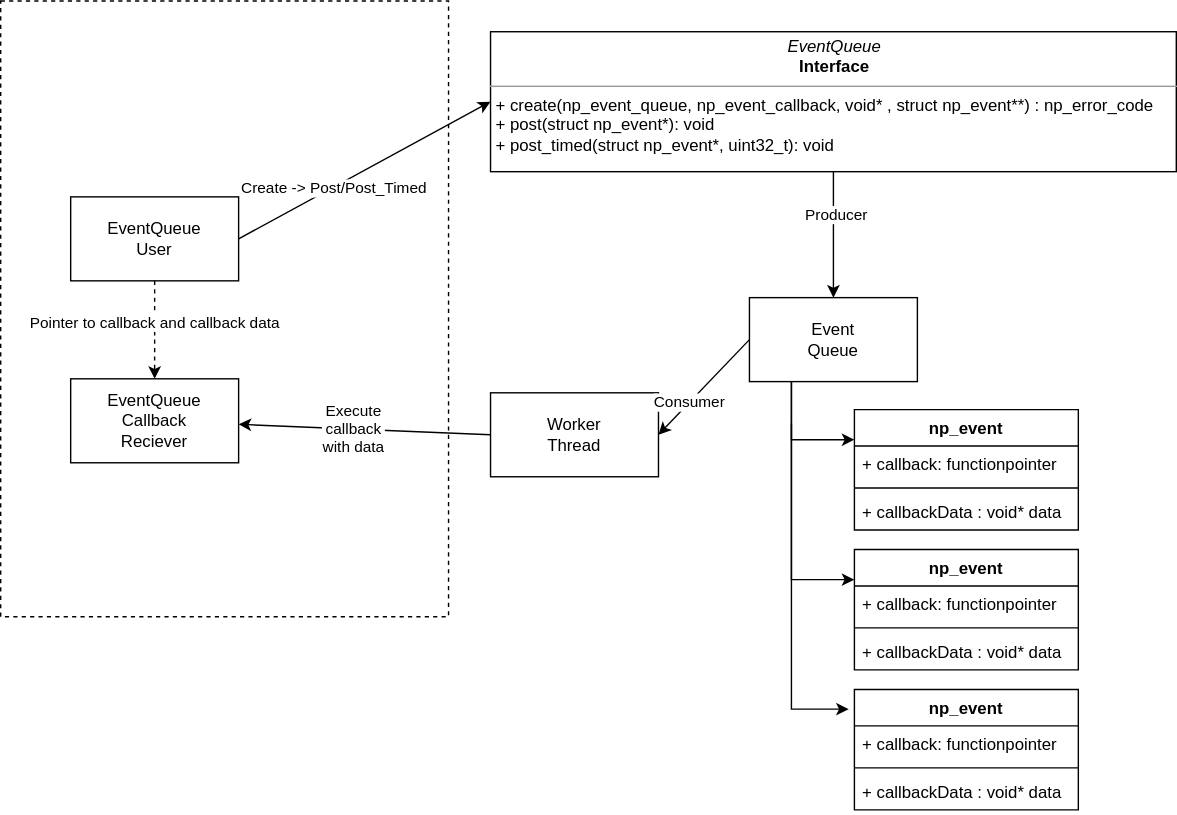
Earlier version of the draw.io export doc/images/event_queue.svg (nabto/nabto-embedded-sdk). Source tidied: cells renumbered, new cells last; positions are measured from the earlier drawing's top-left corner, leaving out a move shared by most shapes.
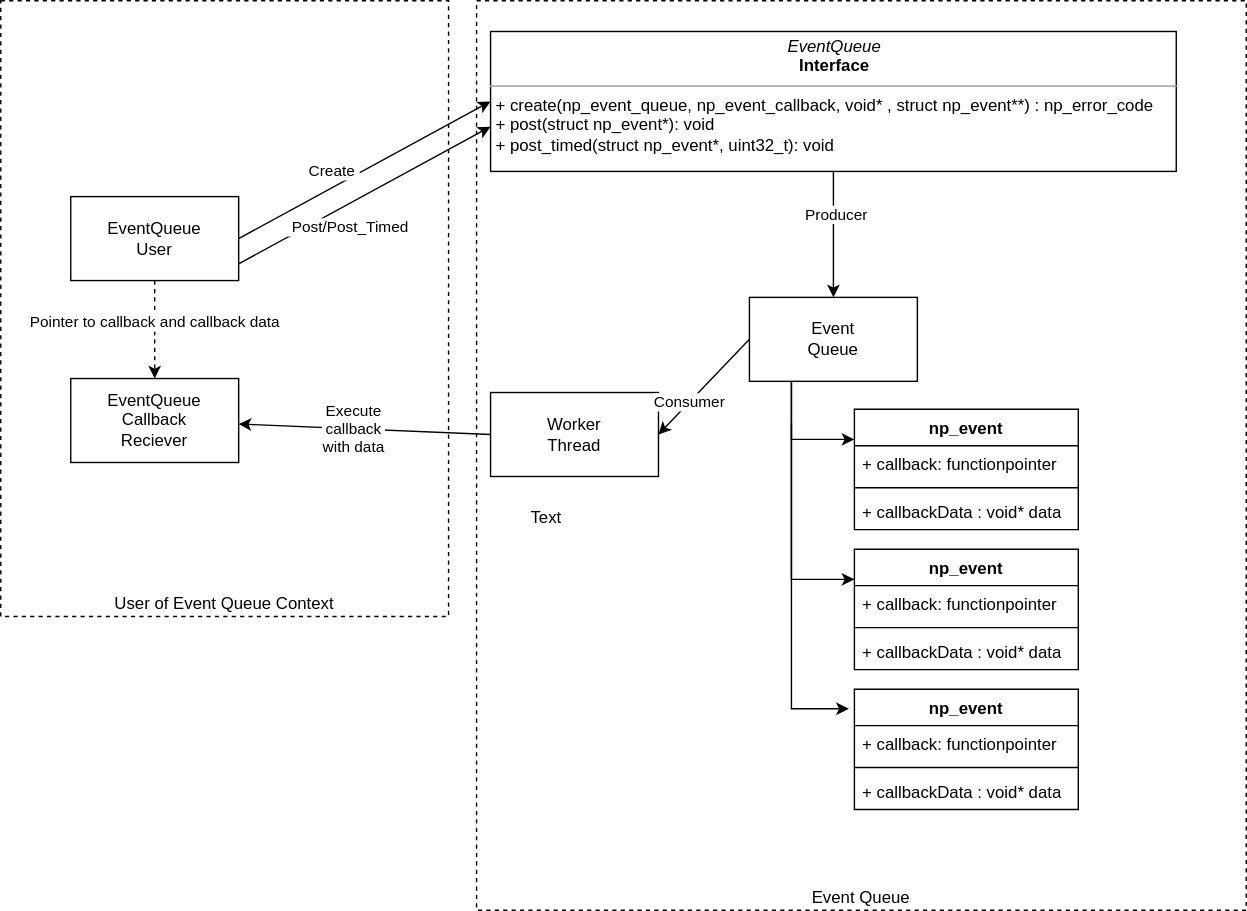
The same diagram one commit later.

What changed in the source:
```diff
@@ -2,6 +2,9 @@
   <root>
     <mxCell id="0" />
     <mxCell id="1" parent="0" />
+    <mxCell id="20" value="User of Event Queue Context" style="rounded=0;whiteSpace=wrap;html=1;fillColor=none;dashed=1;verticalAlign=bottom;" parent="1" vertex="1">
+      <mxGeometry width="320" height="440" as="geometry" />
+    </mxCell>
     <mxCell id="2" value="Event&lt;br&gt;Queue" style="rounded=0;whiteSpace=wrap;html=1;" parent="1" vertex="1">
       <mxGeometry x="535" y="212" width="120" height="60" as="geometry" />
     </mxCell>
@@ -33,8 +36,10 @@
     <mxCell id="8" style="endArrow=classic;html=1;exitX=1;exitY=0.5;exitDx=0;exitDy=0;entryX=0;entryY=0.5;entryDx=0;entryDy=0;" parent="1" edge="1" source="7" target="3">
       <mxGeometry relative="1" as="geometry" />
     </mxCell>
-    <mxCell id="9" value="Create -&amp;gt; Post/Post_Timed" style="edgeLabel;html=1;align=center;verticalAlign=middle;" parent="8" vertex="1">
-      <mxGeometry x="-0.25" relative="1" as="geometry" />
+    <mxCell id="9" value="Create&amp;nbsp;" style="edgeLabel;html=1;align=center;verticalAlign=middle;" parent="8" vertex="1">
+      <mxGeometry x="-0.25" relative="1" as="geometry">
+        <mxPoint y="-12" as="offset" />
+      </mxGeometry>
     </mxCell>
     <mxCell id="10" value="Worker&lt;br&gt;Thread" style="rounded=0;whiteSpace=wrap;html=1;" parent="1" vertex="1">
       <mxGeometry x="350" y="280" width="120" height="60" as="geometry" />
@@ -66,9 +71,6 @@
     <mxCell id="19" value="Pointer to callback and callback data" style="edgeLabel;html=1;align=center;verticalAlign=middle;" parent="18" vertex="1">
       <mxGeometry x="-0.17" y="-1" relative="1" as="geometry" />
     </mxCell>
-    <mxCell id="20" style="rounded=0;whiteSpace=wrap;html=1;fillColor=none;dashed=1;" parent="1" vertex="1">
-      <mxGeometry width="320" height="440" as="geometry" />
-    </mxCell>
     <mxCell id="21" value="np_event" style="swimlane;fontStyle=1;align=center;verticalAlign=top;horizontal=1;startSize=26;" parent="1" vertex="1">
       <mxGeometry x="610" y="292" width="160" height="86" as="geometry" />
     </mxCell>
@@ -105,5 +107,22 @@
     <mxCell id="32" value="+ callbackData : void* data" style="text;strokeColor=none;fillColor=none;align=left;verticalAlign=top;spacingLeft=4;spacingRight=4;overflow=hidden;" parent="29" vertex="1">
       <mxGeometry y="60" width="160" height="26" as="geometry" />
     </mxCell>
+    <mxCell id="33" value="Text" style="text;html=1;strokeColor=none;fillColor=none;align=center;verticalAlign=middle;whiteSpace=wrap;rounded=0;dashed=1;" parent="1" vertex="1">
+      <mxGeometry x="370" y="360" width="40" height="20" as="geometry" />
+    </mxCell>
+    <mxCell id="34" value="Event Queue" style="rounded=0;whiteSpace=wrap;html=1;fillColor=none;dashed=1;verticalAlign=bottom;" parent="1" vertex="1">
+      <mxGeometry x="340" width="550" height="650" as="geometry" />
+    </mxCell>
+    <mxCell id="35" style="endArrow=classic;html=1;exitX=1;exitY=0.5;exitDx=0;exitDy=0;entryX=0;entryY=0.5;entryDx=0;entryDy=0;" parent="1" edge="1">
+      <mxGeometry relative="1" as="geometry">
+        <mxPoint x="170" y="188" as="sourcePoint" />
+        <mxPoint x="350" y="90" as="targetPoint" />
+      </mxGeometry>
+    </mxCell>
+    <mxCell id="36" value="&amp;nbsp;Post/Post_Timed" style="edgeLabel;html=1;align=center;verticalAlign=middle;" parent="35" vertex="1">
+      <mxGeometry x="-0.25" relative="1" as="geometry">
+        <mxPoint x="10" y="10" as="offset" />
+      </mxGeometry>
+    </mxCell>
   </root>
 </mxGraphModel>
```
